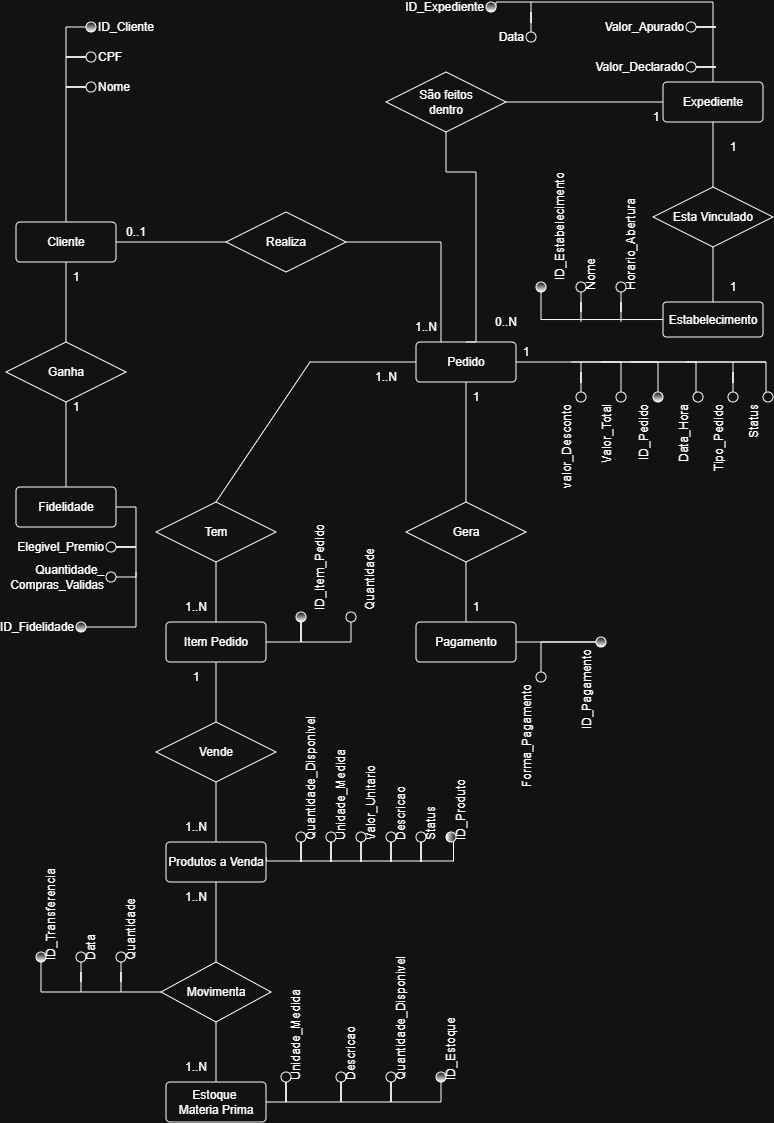
garbomurilo/Estocai keeps this draw.io diagram as Assets/Diagrama Conceitual.drawio.png. Above is the earlier version. Source tidied: cells renumbered, new cells last; positions are measured from the earlier drawing's top-left corner, leaving out a move shared by most shapes.
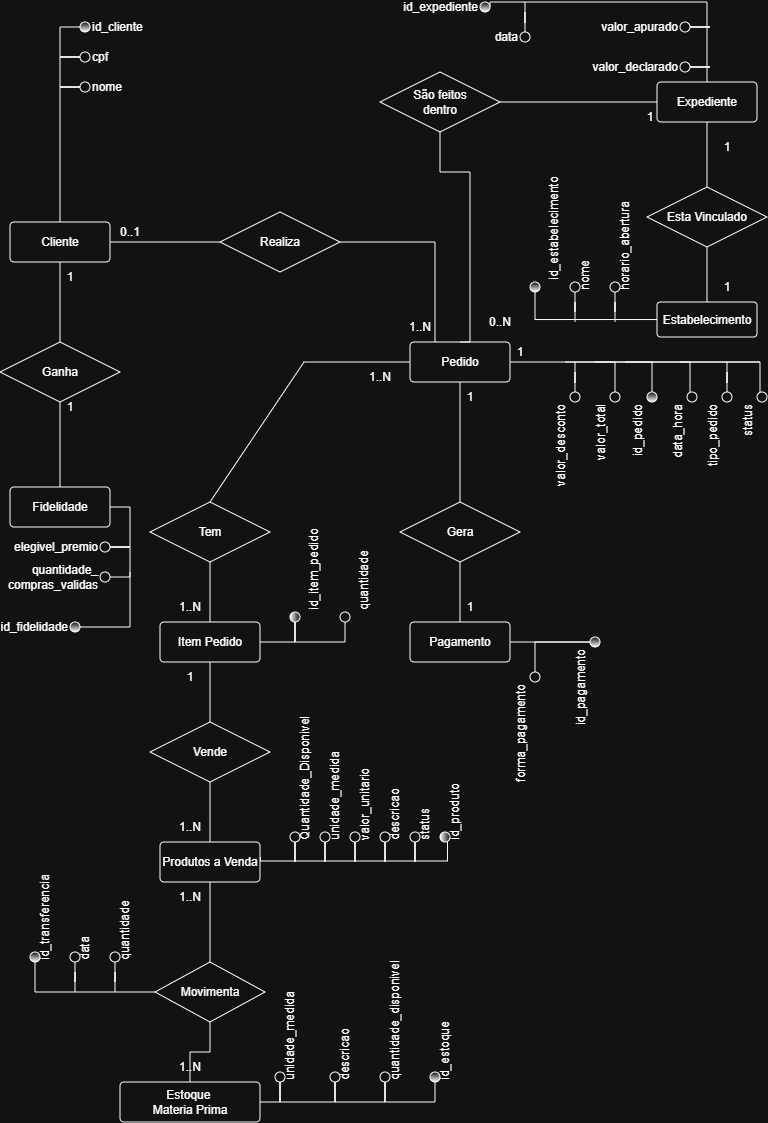
The same file after the commit.

The edit, as a diff of the source:
```diff
@@ -184,3 +184,3 @@
     <mxCell id="52" value="Estoque&amp;nbsp;&lt;br&gt;Materia Prima" style="rounded=1;arcSize=10;whiteSpace=wrap;html=1;align=center;" parent="1" vertex="1">
-      <mxGeometry x="160" y="1080" width="100" height="40" as="geometry" />
+      <mxGeometry x="120" y="1080" width="140" height="40" as="geometry" />
     </mxCell>
@@ -212,3 +212,3 @@
     </mxCell>
-    <mxCell id="61" value="Unidade_Medida&lt;div&gt;&lt;/div&gt;" style="ellipse;whiteSpace=wrap;html=1;verticalAlign=middle;horizontal=0;labelPosition=right;verticalLabelPosition=middle;align=left;" parent="1" vertex="1">
+    <mxCell id="61" value="unidade_medida&lt;div&gt;&lt;/div&gt;" style="ellipse;whiteSpace=wrap;html=1;verticalAlign=middle;horizontal=0;labelPosition=right;verticalLabelPosition=middle;align=left;" parent="1" vertex="1">
       <mxGeometry x="275" y="1070" width="10" height="10" as="geometry" />
@@ -220,3 +220,3 @@
     </mxCell>
-    <mxCell id="63" value="Descricao&lt;div&gt;&lt;/div&gt;" style="ellipse;whiteSpace=wrap;html=1;verticalAlign=middle;horizontal=0;labelPosition=right;verticalLabelPosition=middle;align=left;" parent="1" vertex="1">
+    <mxCell id="63" value="descricao&lt;div&gt;&lt;/div&gt;" style="ellipse;whiteSpace=wrap;html=1;verticalAlign=middle;horizontal=0;labelPosition=right;verticalLabelPosition=middle;align=left;" parent="1" vertex="1">
       <mxGeometry x="330" y="1070" width="10" height="10" as="geometry" />
@@ -228,6 +228,6 @@
     </mxCell>
-    <mxCell id="65" value="Quantidade_Disponivel&lt;span style=&quot;color: rgba(0, 0, 0, 0); font-family: monospace; font-size: 0px; white-space: nowrap;&quot;&gt;%3CmxGraphModel%3E%3Croot%3E%3CmxCell%20id%3D%220%22%2F%3E%3CmxCell%20id%3D%221%22%20parent%3D%220%22%2F%3E%3CmxCell%20id%3D%222%22%20parent%3D%221%22%20style%3D%22ellipse%3BwhiteSpace%3Dwrap%3Bhtml%3D1%3Baspect%3Dfixed%3BverticalAlign%3Dmiddle%3Bhorizontal%3D0%3BlabelPosition%3Dright%3BverticalLabelPosition%3Dmiddle%3Balign%3Dleft%3B%22%20value%3D%22Unidade_Medida%26lt%3Bdiv%26gt%3B%26lt%3B%2Fdiv%26gt%3B%22%20vertex%3D%221%22%3E%3CmxGeometry%20height%3D%2210%22%20width%3D%2210%22%20x%3D%22315%22%20y%3D%221080%22%20as%3D%22geometry%22%2F%3E%3C%2FmxCell%3E%3C%2Froot%3E%3C%2FmxGraphModel%3E&lt;/span&gt;&lt;div&gt;&lt;/div&gt;" style="ellipse;whiteSpace=wrap;html=1;verticalAlign=middle;horizontal=0;labelPosition=right;verticalLabelPosition=middle;align=left;" parent="1" vertex="1">
+    <mxCell id="65" value="quantidade_disponivel&lt;span style=&quot;color: rgba(0, 0, 0, 0); font-family: monospace; font-size: 0px; white-space: nowrap;&quot;&gt;%3CmxGraphModel%3E%3Croot%3E%3CmxCell%20id%3D%220%22%2F%3E%3CmxCell%20id%3D%221%22%20parent%3D%220%22%2F%3E%3CmxCell%20id%3D%222%22%20parent%3D%221%22%20style%3D%22ellipse%3BwhiteSpace%3Dwrap%3Bhtml%3D1%3Baspect%3Dfixed%3BverticalAlign%3Dmiddle%3Bhorizontal%3D0%3BlabelPosition%3Dright%3BverticalLabelPosition%3Dmiddle%3Balign%3Dleft%3B%22%20value%3D%22Unidade_Medida%26lt%3Bdiv%26gt%3B%26lt%3B%2Fdiv%26gt%3B%22%20vertex%3D%221%22%3E%3CmxGeometry%20height%3D%2210%22%20width%3D%2210%22%20x%3D%22315%22%20y%3D%221080%22%20as%3D%22geometry%22%2F%3E%3C%2FmxCell%3E%3C%2Froot%3E%3C%2FmxGraphModel%3E&lt;/span&gt;&lt;div&gt;&lt;/div&gt;" style="ellipse;whiteSpace=wrap;html=1;verticalAlign=middle;horizontal=0;labelPosition=right;verticalLabelPosition=middle;align=left;" parent="1" vertex="1">
       <mxGeometry x="380" y="1070" width="10" height="10" as="geometry" />
     </mxCell>
-    <mxCell id="66" value="ID_Estoque&lt;div&gt;&lt;/div&gt;" style="ellipse;whiteSpace=wrap;html=1;verticalAlign=middle;horizontal=0;labelPosition=right;verticalLabelPosition=middle;align=left;fillColor=default;gradientColor=default;" parent="1" vertex="1">
+    <mxCell id="66" value="id_estoque&lt;div&gt;&lt;/div&gt;" style="ellipse;whiteSpace=wrap;html=1;verticalAlign=middle;horizontal=0;labelPosition=right;verticalLabelPosition=middle;align=left;fillColor=default;gradientColor=default;" parent="1" vertex="1">
       <mxGeometry x="430" y="1070" width="10" height="10" as="geometry" />
@@ -247,3 +247,3 @@
     </mxCell>
-    <mxCell id="70" value="Unidade_Medida&lt;div&gt;&lt;/div&gt;" style="ellipse;whiteSpace=wrap;html=1;verticalAlign=middle;horizontal=0;labelPosition=right;verticalLabelPosition=middle;align=left;" parent="1" vertex="1">
+    <mxCell id="70" value="unidade_medida&lt;div&gt;&lt;/div&gt;" style="ellipse;whiteSpace=wrap;html=1;verticalAlign=middle;horizontal=0;labelPosition=right;verticalLabelPosition=middle;align=left;" parent="1" vertex="1">
       <mxGeometry x="320" y="830" width="10" height="10" as="geometry" />
@@ -255,3 +255,3 @@
     </mxCell>
-    <mxCell id="72" value="Valor_Unitario&lt;div&gt;&lt;/div&gt;" style="ellipse;whiteSpace=wrap;html=1;verticalAlign=middle;horizontal=0;labelPosition=right;verticalLabelPosition=middle;align=left;" parent="1" vertex="1">
+    <mxCell id="72" value="valor_unitario&lt;div&gt;&lt;/div&gt;" style="ellipse;whiteSpace=wrap;html=1;verticalAlign=middle;horizontal=0;labelPosition=right;verticalLabelPosition=middle;align=left;" parent="1" vertex="1">
       <mxGeometry x="350" y="830" width="10" height="10" as="geometry" />
@@ -263,9 +263,9 @@
     </mxCell>
-    <mxCell id="74" value="Descricao&lt;div&gt;&lt;/div&gt;" style="ellipse;whiteSpace=wrap;html=1;verticalAlign=middle;horizontal=0;labelPosition=right;verticalLabelPosition=middle;align=left;" parent="1" vertex="1">
+    <mxCell id="74" value="descricao&lt;div&gt;&lt;/div&gt;" style="ellipse;whiteSpace=wrap;html=1;verticalAlign=middle;horizontal=0;labelPosition=right;verticalLabelPosition=middle;align=left;" parent="1" vertex="1">
       <mxGeometry x="380" y="830" width="10" height="10" as="geometry" />
     </mxCell>
-    <mxCell id="75" value="ID_Produto&lt;div&gt;&lt;/div&gt;" style="ellipse;whiteSpace=wrap;html=1;verticalAlign=middle;horizontal=0;labelPosition=right;verticalLabelPosition=middle;align=left;direction=south;gradientColor=default;" parent="1" vertex="1">
+    <mxCell id="75" value="id_produto&lt;div&gt;&lt;/div&gt;" style="ellipse;whiteSpace=wrap;html=1;verticalAlign=middle;horizontal=0;labelPosition=right;verticalLabelPosition=middle;align=left;direction=south;gradientColor=default;" parent="1" vertex="1">
       <mxGeometry x="440" y="830" width="10" height="10" as="geometry" />
     </mxCell>
-    <mxCell id="76" value="ID_Cliente&lt;div&gt;&lt;/div&gt;" style="ellipse;whiteSpace=wrap;html=1;verticalAlign=middle;horizontal=1;labelPosition=right;verticalLabelPosition=middle;align=left;gradientColor=default;" parent="1" vertex="1">
+    <mxCell id="76" value="id_cliente&lt;div&gt;&lt;/div&gt;" style="ellipse;whiteSpace=wrap;html=1;verticalAlign=middle;horizontal=1;labelPosition=right;verticalLabelPosition=middle;align=left;gradientColor=default;" parent="1" vertex="1">
       <mxGeometry x="80" y="20" width="10" height="10" as="geometry" />
@@ -277,3 +277,3 @@
     </mxCell>
-    <mxCell id="78" value="CPF&lt;div&gt;&lt;/div&gt;" style="ellipse;whiteSpace=wrap;html=1;verticalAlign=middle;horizontal=1;labelPosition=right;verticalLabelPosition=middle;align=left;" parent="1" vertex="1">
+    <mxCell id="78" value="cpf&lt;div&gt;&lt;/div&gt;" style="ellipse;whiteSpace=wrap;html=1;verticalAlign=middle;horizontal=1;labelPosition=right;verticalLabelPosition=middle;align=left;" parent="1" vertex="1">
       <mxGeometry x="80" y="50" width="10" height="10" as="geometry" />
@@ -285,3 +285,3 @@
     </mxCell>
-    <mxCell id="80" value="Nome&lt;div&gt;&lt;/div&gt;" style="ellipse;whiteSpace=wrap;html=1;verticalAlign=middle;horizontal=1;labelPosition=right;verticalLabelPosition=middle;align=left;" parent="1" vertex="1">
+    <mxCell id="80" value="nome&lt;div&gt;&lt;/div&gt;" style="ellipse;whiteSpace=wrap;html=1;verticalAlign=middle;horizontal=1;labelPosition=right;verticalLabelPosition=middle;align=left;" parent="1" vertex="1">
       <mxGeometry x="80" y="80" width="10" height="10" as="geometry" />
@@ -293,3 +293,3 @@
     </mxCell>
-    <mxCell id="82" value="Elegivel_Premio" style="ellipse;whiteSpace=wrap;html=1;verticalAlign=middle;horizontal=1;labelPosition=left;verticalLabelPosition=middle;align=right;" parent="1" vertex="1">
+    <mxCell id="82" value="elegivel_premio" style="ellipse;whiteSpace=wrap;html=1;verticalAlign=middle;horizontal=1;labelPosition=left;verticalLabelPosition=middle;align=right;" parent="1" vertex="1">
       <mxGeometry x="100" y="540" width="10" height="10" as="geometry" />
@@ -301,3 +301,3 @@
     </mxCell>
-    <mxCell id="84" value="ID_Fi&lt;span style=&quot;background-color: transparent; color: light-dark(rgb(0, 0, 0), rgb(255, 255, 255));&quot;&gt;delidade&lt;/span&gt;" style="ellipse;whiteSpace=wrap;html=1;verticalAlign=middle;horizontal=1;labelPosition=left;verticalLabelPosition=middle;align=right;gradientColor=default;" parent="1" vertex="1">
+    <mxCell id="84" value="id_fi&lt;span style=&quot;background-color: transparent; color: light-dark(rgb(0, 0, 0), rgb(255, 255, 255));&quot;&gt;delidade&lt;/span&gt;" style="ellipse;whiteSpace=wrap;html=1;verticalAlign=middle;horizontal=1;labelPosition=left;verticalLabelPosition=middle;align=right;gradientColor=default;" parent="1" vertex="1">
       <mxGeometry x="70" y="620" width="10" height="10" as="geometry" />
@@ -307,6 +307,6 @@
     </mxCell>
-    <mxCell id="86" value="Quantidade_&lt;br&gt;Compras_Validas" style="ellipse;whiteSpace=wrap;html=1;verticalAlign=middle;horizontal=1;labelPosition=left;verticalLabelPosition=middle;align=right;" parent="1" vertex="1">
+    <mxCell id="86" value="quantidade_&lt;br&gt;compras_validas" style="ellipse;whiteSpace=wrap;html=1;verticalAlign=middle;horizontal=1;labelPosition=left;verticalLabelPosition=middle;align=right;" parent="1" vertex="1">
       <mxGeometry x="100" y="570" width="10" height="10" as="geometry" />
     </mxCell>
-    <mxCell id="87" value="ID_Transferencia" style="ellipse;whiteSpace=wrap;html=1;verticalAlign=middle;horizontal=0;labelPosition=right;verticalLabelPosition=middle;align=left;gradientColor=default;" parent="1" vertex="1">
+    <mxCell id="87" value="id_transferencia" style="ellipse;whiteSpace=wrap;html=1;verticalAlign=middle;horizontal=0;labelPosition=right;verticalLabelPosition=middle;align=left;gradientColor=default;" parent="1" vertex="1">
       <mxGeometry x="30" y="950" width="10" height="10" as="geometry" />
@@ -318,3 +318,3 @@
     </mxCell>
-    <mxCell id="89" value="Data" style="ellipse;whiteSpace=wrap;html=1;verticalAlign=middle;horizontal=0;labelPosition=right;verticalLabelPosition=middle;align=left;" parent="1" vertex="1">
+    <mxCell id="89" value="data" style="ellipse;whiteSpace=wrap;html=1;verticalAlign=middle;horizontal=0;labelPosition=right;verticalLabelPosition=middle;align=left;" parent="1" vertex="1">
       <mxGeometry x="70" y="950" width="10" height="10" as="geometry" />
@@ -326,6 +326,6 @@
     </mxCell>
-    <mxCell id="91" value="Quantidade" style="ellipse;whiteSpace=wrap;html=1;verticalAlign=middle;horizontal=0;labelPosition=right;verticalLabelPosition=middle;align=left;" parent="1" vertex="1">
+    <mxCell id="91" value="quantidade" style="ellipse;whiteSpace=wrap;html=1;verticalAlign=middle;horizontal=0;labelPosition=right;verticalLabelPosition=middle;align=left;" parent="1" vertex="1">
       <mxGeometry x="110" y="950" width="10" height="10" as="geometry" />
     </mxCell>
-    <mxCell id="92" value="ID_Expediente" style="ellipse;whiteSpace=wrap;html=1;verticalAlign=middle;horizontal=1;labelPosition=left;verticalLabelPosition=middle;align=right;gradientColor=default;" parent="1" vertex="1">
+    <mxCell id="92" value="id_expediente" style="ellipse;whiteSpace=wrap;html=1;verticalAlign=middle;horizontal=1;labelPosition=left;verticalLabelPosition=middle;align=right;gradientColor=default;" parent="1" vertex="1">
       <mxGeometry x="480" width="10" height="10" as="geometry" />
@@ -337,3 +337,3 @@
     </mxCell>
-    <mxCell id="94" value="Data" style="ellipse;whiteSpace=wrap;html=1;verticalAlign=middle;horizontal=1;labelPosition=left;verticalLabelPosition=middle;align=right;" parent="1" vertex="1">
+    <mxCell id="94" value="data" style="ellipse;whiteSpace=wrap;html=1;verticalAlign=middle;horizontal=1;labelPosition=left;verticalLabelPosition=middle;align=right;" parent="1" vertex="1">
       <mxGeometry x="520" y="30" width="10" height="10" as="geometry" />
@@ -345,3 +345,3 @@
     </mxCell>
-    <mxCell id="96" value="Valor_Declarado" style="ellipse;whiteSpace=wrap;html=1;verticalAlign=middle;horizontal=1;labelPosition=left;verticalLabelPosition=middle;align=right;" parent="1" vertex="1">
+    <mxCell id="96" value="valor_declarado" style="ellipse;whiteSpace=wrap;html=1;verticalAlign=middle;horizontal=1;labelPosition=left;verticalLabelPosition=middle;align=right;" parent="1" vertex="1">
       <mxGeometry x="680" y="60" width="10" height="10" as="geometry" />
@@ -353,6 +353,6 @@
     </mxCell>
-    <mxCell id="98" value="Valor_Apurado" style="ellipse;whiteSpace=wrap;html=1;verticalAlign=middle;horizontal=1;labelPosition=left;verticalLabelPosition=middle;align=right;" parent="1" vertex="1">
+    <mxCell id="98" value="valor_apurado" style="ellipse;whiteSpace=wrap;html=1;verticalAlign=middle;horizontal=1;labelPosition=left;verticalLabelPosition=middle;align=right;" parent="1" vertex="1">
       <mxGeometry x="680" y="20" width="10" height="10" as="geometry" />
     </mxCell>
-    <mxCell id="99" value="ID_Estabelecimento&lt;div&gt;&lt;br&gt;&lt;/div&gt;" style="ellipse;whiteSpace=wrap;html=1;verticalAlign=top;horizontal=0;labelPosition=right;verticalLabelPosition=bottom;align=left;gradientColor=default;" parent="1" vertex="1">
+    <mxCell id="99" value="id_estabelecimento&lt;div&gt;&lt;br&gt;&lt;/div&gt;" style="ellipse;whiteSpace=wrap;html=1;verticalAlign=top;horizontal=0;labelPosition=right;verticalLabelPosition=bottom;align=left;gradientColor=default;" parent="1" vertex="1">
       <mxGeometry x="530" y="280" width="10" height="10" as="geometry" />
@@ -364,3 +364,3 @@
     </mxCell>
-    <mxCell id="101" value="Nome" style="ellipse;whiteSpace=wrap;html=1;verticalAlign=middle;horizontal=0;labelPosition=right;verticalLabelPosition=middle;align=left;" parent="1" vertex="1">
+    <mxCell id="101" value="nome" style="ellipse;whiteSpace=wrap;html=1;verticalAlign=middle;horizontal=0;labelPosition=right;verticalLabelPosition=middle;align=left;" parent="1" vertex="1">
       <mxGeometry x="570" y="280" width="10" height="10" as="geometry" />
@@ -372,3 +372,3 @@
     </mxCell>
-    <mxCell id="103" value="Horario_Abertura" style="ellipse;whiteSpace=wrap;html=1;verticalAlign=middle;horizontal=0;labelPosition=right;verticalLabelPosition=middle;align=left;" parent="1" vertex="1">
+    <mxCell id="103" value="horario_abertura" style="ellipse;whiteSpace=wrap;html=1;verticalAlign=middle;horizontal=0;labelPosition=right;verticalLabelPosition=middle;align=left;" parent="1" vertex="1">
       <mxGeometry x="610" y="280" width="10" height="10" as="geometry" />
@@ -383,3 +383,3 @@
     </mxCell>
-    <mxCell id="105" value="Forma_Pagamento" style="ellipse;whiteSpace=wrap;html=1;verticalAlign=bottom;horizontal=0;labelPosition=left;verticalLabelPosition=top;align=right;" parent="1" vertex="1">
+    <mxCell id="105" value="forma_pagamento" style="ellipse;whiteSpace=wrap;html=1;verticalAlign=bottom;horizontal=0;labelPosition=left;verticalLabelPosition=top;align=right;" parent="1" vertex="1">
       <mxGeometry x="530" y="670" width="10" height="10" as="geometry" />
@@ -394,3 +394,3 @@
     </mxCell>
-    <mxCell id="107" value="ID_Pedido" style="ellipse;whiteSpace=wrap;html=1;verticalAlign=bottom;horizontal=0;labelPosition=left;verticalLabelPosition=top;align=right;gradientColor=default;" parent="1" vertex="1">
+    <mxCell id="107" value="id_pedido" style="ellipse;whiteSpace=wrap;html=1;verticalAlign=bottom;horizontal=0;labelPosition=left;verticalLabelPosition=top;align=right;gradientColor=default;" parent="1" vertex="1">
       <mxGeometry x="647" y="390" width="10" height="10" as="geometry" />
@@ -405,3 +405,3 @@
     </mxCell>
-    <mxCell id="109" value="Valor_Total" style="ellipse;whiteSpace=wrap;html=1;verticalAlign=bottom;horizontal=0;labelPosition=left;verticalLabelPosition=top;align=right;" parent="1" vertex="1">
+    <mxCell id="109" value="valor_total" style="ellipse;whiteSpace=wrap;html=1;verticalAlign=bottom;horizontal=0;labelPosition=left;verticalLabelPosition=top;align=right;" parent="1" vertex="1">
       <mxGeometry x="610" y="390" width="10" height="10" as="geometry" />
@@ -416,3 +416,3 @@
     </mxCell>
-    <mxCell id="111" value="Data_Hora" style="ellipse;whiteSpace=wrap;html=1;verticalAlign=bottom;horizontal=0;labelPosition=left;verticalLabelPosition=top;align=right;" parent="1" vertex="1">
+    <mxCell id="111" value="data_hora" style="ellipse;whiteSpace=wrap;html=1;verticalAlign=bottom;horizontal=0;labelPosition=left;verticalLabelPosition=top;align=right;" parent="1" vertex="1">
       <mxGeometry x="687" y="390" width="10" height="10" as="geometry" />
@@ -424,3 +424,3 @@
     </mxCell>
-    <mxCell id="113" value="Tipo_Pedido" style="ellipse;whiteSpace=wrap;html=1;verticalAlign=bottom;horizontal=0;labelPosition=left;verticalLabelPosition=top;align=right;" parent="1" vertex="1">
+    <mxCell id="113" value="tipo_pedido" style="ellipse;whiteSpace=wrap;html=1;verticalAlign=bottom;horizontal=0;labelPosition=left;verticalLabelPosition=top;align=right;" parent="1" vertex="1">
       <mxGeometry x="722" y="390" width="10" height="10" as="geometry" />
@@ -436,3 +436,3 @@
     </mxCell>
-    <mxCell id="115" value="Status" style="ellipse;whiteSpace=wrap;html=1;verticalAlign=bottom;horizontal=0;labelPosition=left;verticalLabelPosition=top;align=right;" parent="1" vertex="1">
+    <mxCell id="115" value="status" style="ellipse;whiteSpace=wrap;html=1;verticalAlign=bottom;horizontal=0;labelPosition=left;verticalLabelPosition=top;align=right;" parent="1" vertex="1">
       <mxGeometry x="757" y="390" width="10" height="10" as="geometry" />
@@ -442,3 +442,3 @@
     </mxCell>
-    <mxCell id="117" value="ID_Pagamento" style="ellipse;whiteSpace=wrap;html=1;verticalAlign=bottom;horizontal=0;labelPosition=left;verticalLabelPosition=top;align=right;gradientColor=default;" parent="1" vertex="1">
+    <mxCell id="117" value="id_pagamento" style="ellipse;whiteSpace=wrap;html=1;verticalAlign=bottom;horizontal=0;labelPosition=left;verticalLabelPosition=top;align=right;gradientColor=default;" parent="1" vertex="1">
       <mxGeometry x="590" y="635" width="10" height="10" as="geometry" />
@@ -450,3 +450,3 @@
     </mxCell>
-    <mxCell id="119" value="ID_Item_Pedido" style="ellipse;whiteSpace=wrap;html=1;verticalAlign=top;horizontal=0;labelPosition=right;verticalLabelPosition=bottom;align=left;gradientColor=default;" parent="1" vertex="1">
+    <mxCell id="119" value="id_item_pedido" style="ellipse;whiteSpace=wrap;html=1;verticalAlign=top;horizontal=0;labelPosition=right;verticalLabelPosition=bottom;align=left;gradientColor=default;direction=south;" parent="1" vertex="1">
       <mxGeometry x="290" y="610" width="10" height="10" as="geometry" />
@@ -458,3 +458,3 @@
     </mxCell>
-    <mxCell id="121" value="Quantidade" style="ellipse;whiteSpace=wrap;html=1;verticalAlign=top;horizontal=0;labelPosition=right;verticalLabelPosition=bottom;align=left;direction=west;" parent="1" vertex="1">
+    <mxCell id="121" value="quantidade" style="ellipse;whiteSpace=wrap;html=1;verticalAlign=top;horizontal=0;labelPosition=right;verticalLabelPosition=bottom;align=left;direction=east;" parent="1" vertex="1">
       <mxGeometry x="340" y="610" width="10" height="10" as="geometry" />
@@ -466,3 +466,3 @@
     </mxCell>
-    <mxCell id="123" value="valor_Desconto" style="ellipse;whiteSpace=wrap;html=1;verticalAlign=bottom;horizontal=0;labelPosition=left;verticalLabelPosition=top;align=right;" parent="1" vertex="1">
+    <mxCell id="123" value="valor_desconto" style="ellipse;whiteSpace=wrap;html=1;verticalAlign=bottom;horizontal=0;labelPosition=left;verticalLabelPosition=top;align=right;" parent="1" vertex="1">
       <mxGeometry x="570" y="390" width="10" height="10" as="geometry" />
@@ -474,3 +474,3 @@
     </mxCell>
-    <mxCell id="125" value="Status&lt;div&gt;&lt;/div&gt;" style="ellipse;whiteSpace=wrap;html=1;verticalAlign=middle;horizontal=0;labelPosition=right;verticalLabelPosition=middle;align=left;" parent="1" vertex="1">
+    <mxCell id="125" value="status&lt;div&gt;&lt;/div&gt;" style="ellipse;whiteSpace=wrap;html=1;verticalAlign=middle;horizontal=0;labelPosition=right;verticalLabelPosition=middle;align=left;" parent="1" vertex="1">
       <mxGeometry x="410" y="830" width="10" height="10" as="geometry" />
```
